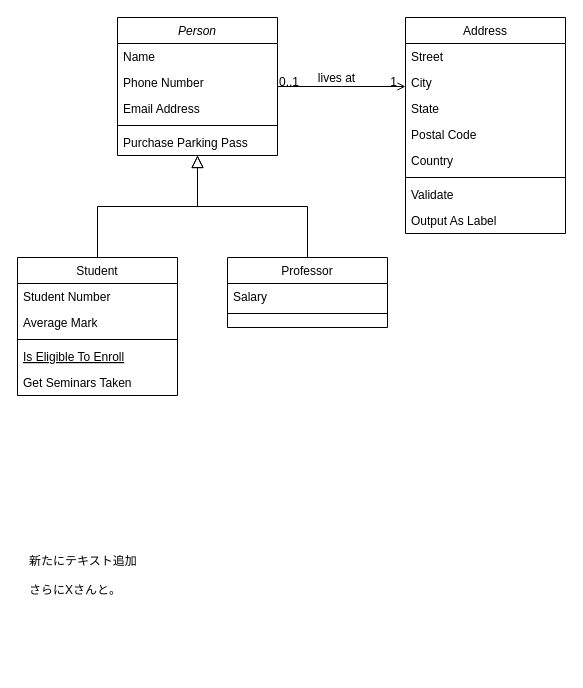
This is 名称未設定ファイル.drawio from haru01/test-drowio, a draw.io file, before an edit. Source tidied: cells renumbered, new cells numbered last; positions are measured from the earlier drawing's top-left corner, leaving out a move shared by most shapes. Both pictures are drawn from the tidied source at 100%, with x=0, y=0 at pixel (17, 17).
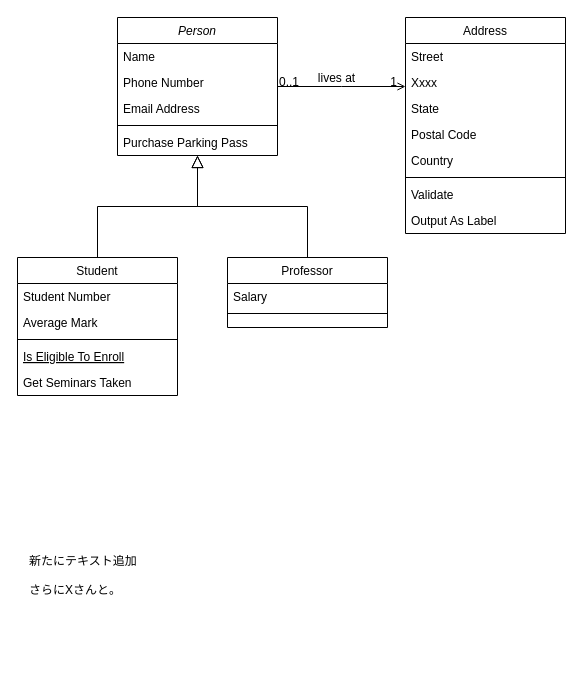
The same diagram, later.

The change refers to these unchanged cells:
```xml
<mxCell id="19" value="Address" style="swimlane;fontStyle=0;align=center;verticalAlign=top;horizontal=1;startSize=26;rounded=0;shadow=0;strokeWidth=1;" parent="1" vertex="1">
  <mxGeometry x="388" width="160" height="216" as="geometry" />
</mxCell>
```

The edit, as a diff of the source:
```diff
@@
-    <mxCell id="21" value="City" style="text;align=left;verticalAlign=top;spacingLeft=4;spacingRight=4;overflow=hidden;rounded=0;shadow=0;html=0;" parent="19" vertex="1">
+    <mxCell id="21" value="Xxxx" style="text;align=left;verticalAlign=top;spacingLeft=4;spacingRight=4;overflow=hidden;rounded=0;shadow=0;html=0;" parent="19" vertex="1">
       <mxGeometry y="52" width="160" height="26" as="geometry" />
     </mxCell>
```
